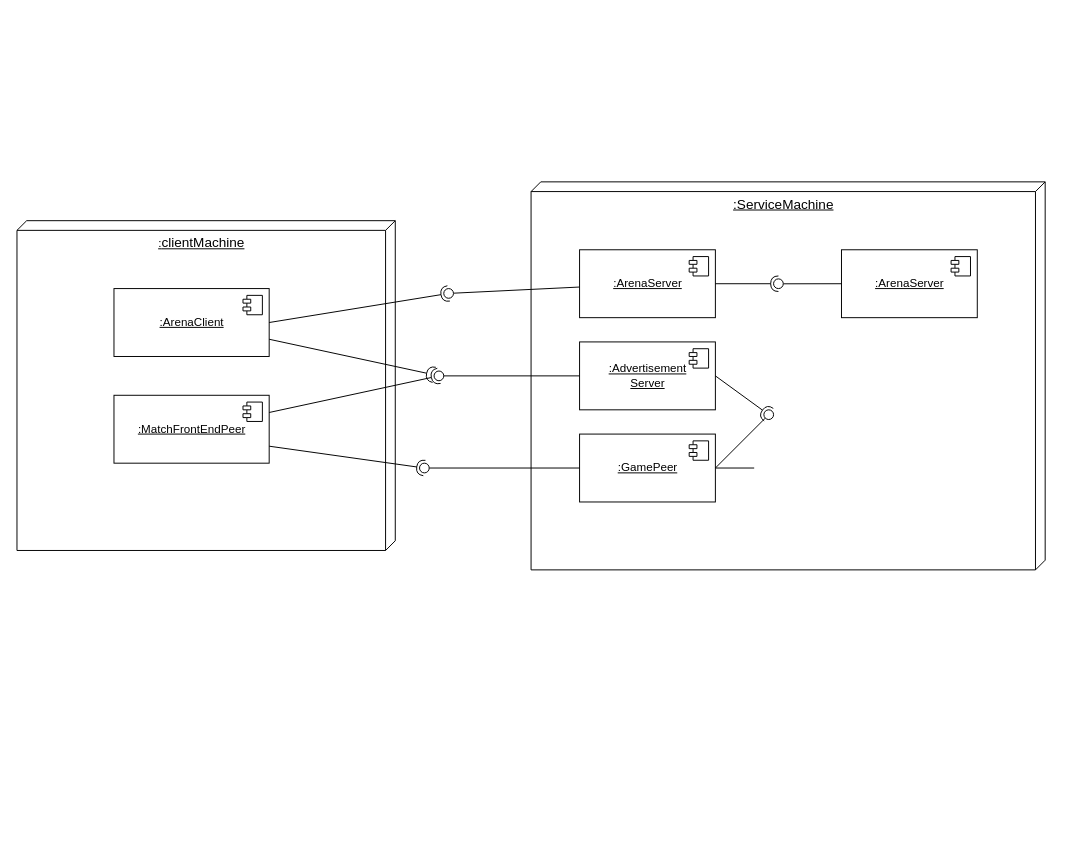
Before: page "第 2 页" (2 of 2) of 未命名绘图.drawio in bincute/iAmReadingBook, a draw.io diagram. Source tidied: cells renumbered, new cells numbered last; positions are measured from the earlier drawing's top-left corner, leaving out a move shared by most shapes. Both pictures are drawn from the tidied source at 97%, with x=0, y=0 at pixel (16, 181).
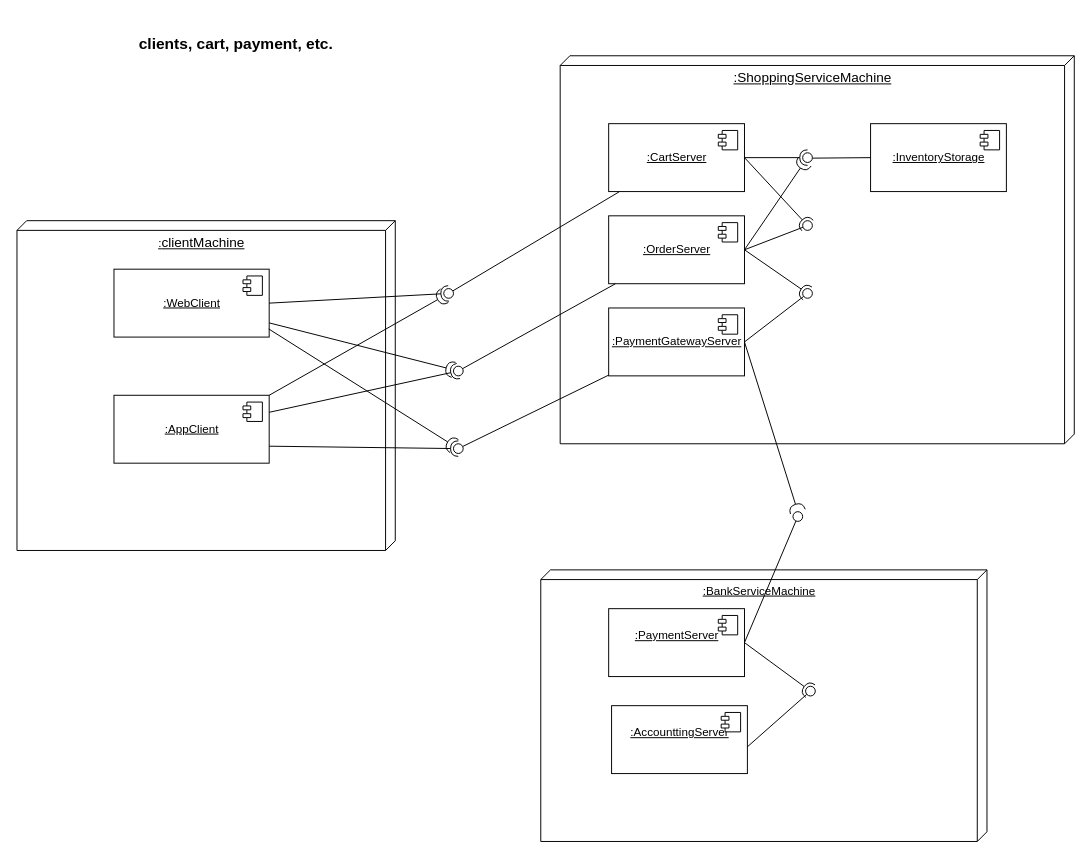
The same diagram, later.

Commit message:
更新未命名绘图.drawio

Unchanged cells that the change refers to:
```xml
<mxCell id="31" style="ellipse;whiteSpace=wrap;html=1;align=center;points=[];outlineConnect=0;sketch=0;" parent="1" vertex="1">
  <mxGeometry x="440" y="110" width="10" height="10" as="geometry" />
</mxCell>
```

Diff of the diagram source:
```diff
@@
-    <mxCell id="3" value="&lt;u&gt;:ArenaClient&lt;/u&gt;" style="html=1;" parent="1" vertex="1">
-      <mxGeometry x="100" y="110" width="160" height="70" as="geometry" />
+    <mxCell id="3" value="&lt;u&gt;:WebClient&lt;/u&gt;" style="html=1;" parent="1" vertex="1">
+      <mxGeometry x="100" y="90" width="160" height="70" as="geometry" />
     </mxCell>
@@
-    <mxCell id="5" value="&lt;font style=&quot;font-size: 14px;&quot;&gt;:ServiceMachine&lt;/font&gt;" style="verticalAlign=top;align=center;spacingTop=8;spacingLeft=2;spacingRight=12;shape=cube;size=10;direction=south;fontStyle=4;html=1;" parent="1" vertex="1">
-      <mxGeometry x="530" width="530" height="400" as="geometry" />
+    <mxCell id="5" value="&lt;font style=&quot;font-size: 14px;&quot;&gt;:ShoppingServiceMachine&lt;/font&gt;" style="verticalAlign=top;align=center;spacingTop=8;spacingLeft=2;spacingRight=12;shape=cube;size=10;direction=south;fontStyle=4;html=1;" parent="1" vertex="1">
+      <mxGeometry x="560" y="-130" width="530" height="400" as="geometry" />
     </mxCell>
-    <mxCell id="6" value="&lt;u&gt;:MatchFrontEndPeer&lt;/u&gt;" style="html=1;" parent="1" vertex="1">
+    <mxCell id="6" value="&lt;u&gt;:AppClient&lt;/u&gt;" style="html=1;" parent="1" vertex="1">
       <mxGeometry x="100" y="220" width="160" height="70" as="geometry" />
     </mxCell>
@@
-    <mxCell id="8" value="&lt;u&gt;:ArenaServer&lt;/u&gt;" style="html=1;" parent="1" vertex="1">
-      <mxGeometry x="580" y="70" width="140" height="70" as="geometry" />
+    <mxCell id="8" value="&lt;u&gt;:CartServer&lt;/u&gt;" style="html=1;" parent="1" vertex="1">
+      <mxGeometry x="610" y="-60" width="140" height="70" as="geometry" />
     </mxCell>
@@
-    <mxCell id="10" value="&lt;u&gt;:Advertisement&lt;br&gt;Server&lt;br&gt;&lt;/u&gt;" style="html=1;" parent="1" vertex="1">
-      <mxGeometry x="580" y="165" width="140" height="70" as="geometry" />
+    <mxCell id="10" value="&lt;u&gt;:OrderServer&lt;br&gt;&lt;/u&gt;" style="html=1;" parent="1" vertex="1">
+      <mxGeometry x="610" y="35" width="140" height="70" as="geometry" />
     </mxCell>
@@
-    <mxCell id="12" value="&lt;u&gt;:GamePeer&lt;/u&gt;" style="html=1;" parent="1" vertex="1">
-      <mxGeometry x="580" y="260" width="140" height="70" as="geometry" />
+    <mxCell id="12" value="&lt;u&gt;:PaymentGatewayServer&lt;/u&gt;" style="html=1;" parent="1" vertex="1">
+      <mxGeometry x="610" y="130" width="140" height="70" as="geometry" />
     </mxCell>
@@
-    <mxCell id="14" value="&lt;u&gt;:ArenaServer&lt;/u&gt;" style="html=1;" parent="1" vertex="1">
-      <mxGeometry x="850" y="70" width="140" height="70" as="geometry" />
+    <mxCell id="14" value="&lt;u&gt;:InventoryStorage&lt;/u&gt;" style="html=1;" parent="1" vertex="1">
+      <mxGeometry x="880" y="-60" width="140" height="70" as="geometry" />
     </mxCell>
@@
     <mxCell id="18" style="ellipse;whiteSpace=wrap;html=1;align=center;points=[];outlineConnect=0;sketch=0;" parent="1" vertex="1">
-      <mxGeometry x="780" y="100" width="10" height="10" as="geometry" />
+      <mxGeometry x="810" y="-30" width="10" height="10" as="geometry" />
     </mxCell>
-    <mxCell id="19" style="rounded=0;jettySize=auto;html=1;endArrow=none;endFill=0;sketch=0;sourcePerimeterSpacing=0;targetPerimeterSpacing=0;" parent="1" edge="1" target="21">
+    <mxCell id="19" style="rounded=0;jettySize=auto;html=1;endArrow=none;endFill=0;sketch=0;sourcePerimeterSpacing=0;targetPerimeterSpacing=0;exitX=1;exitY=0.5;exitDx=0;exitDy=0;" parent="1" edge="1" source="12" target="21">
       <mxGeometry relative="1" as="geometry">
-        <mxPoint x="760" y="295" as="sourcePoint" />
         <Array as="points">
-          <mxPoint x="720" y="295" />
+          <mxPoint x="750" y="165" />
         </Array>
       </mxGeometry>
     </mxCell>
@@
     <mxCell id="21" style="ellipse;whiteSpace=wrap;html=1;align=center;points=[];outlineConnect=0;sketch=0;" parent="1" vertex="1">
-      <mxGeometry x="770" y="235" width="10" height="10" as="geometry" />
+      <mxGeometry x="810" y="110" width="10" height="10" as="geometry" />
     </mxCell>
@@
     <mxCell id="24" style="ellipse;whiteSpace=wrap;html=1;align=center;points=[];outlineConnect=0;sketch=0;" parent="1" vertex="1">
-      <mxGeometry x="415" y="290" width="10" height="10" as="geometry" />
+      <mxGeometry x="450" y="270" width="10" height="10" as="geometry" />
     </mxCell>
@@
     <mxCell id="27" style="ellipse;whiteSpace=wrap;html=1;align=center;points=[];outlineConnect=0;sketch=0;" parent="1" vertex="1">
-      <mxGeometry x="430" y="195" width="10" height="10" as="geometry" />
+      <mxGeometry x="450" y="190" width="10" height="10" as="geometry" />
     </mxCell>
@@
+    <mxCell id="32" value="&lt;p class=&quot;MsoNormal&quot;&gt;&lt;b&gt;&lt;span style=&quot;mso-spacerun:'yes';font-family:Calibri;mso-fareast-font-family:宋体;&#10;color:rgb(0,0,0);font-weight:bold;font-size:12.0000pt;&#10;mso-font-kerning:0.0000pt;&quot;&gt;clients, cart, payment, etc.&lt;/span&gt;&lt;/b&gt;&lt;/p&gt;" style="text;whiteSpace=wrap;html=1;" parent="1" vertex="1">
+      <mxGeometry x="124" y="-170" width="210" height="70" as="geometry" />
+    </mxCell>
+    <mxCell id="33" value=":BankServiceMachine" style="verticalAlign=top;align=center;spacingTop=8;spacingLeft=2;spacingRight=12;shape=cube;size=10;direction=south;fontStyle=4;html=1;" parent="1" vertex="1">
+      <mxGeometry x="540" y="400" width="460" height="280" as="geometry" />
+    </mxCell>
+    <mxCell id="34" value="&lt;u&gt;:AccounttingServer&lt;br&gt;&lt;br&gt;&lt;/u&gt;" style="html=1;" parent="1" vertex="1">
+      <mxGeometry x="613" y="540" width="140" height="70" as="geometry" />
+    </mxCell>
+    <mxCell id="35" style="shape=module;jettyWidth=8;jettyHeight=4;" parent="34" vertex="1">
+      <mxGeometry x="1" width="20" height="20" relative="1" as="geometry">
+        <mxPoint x="-27" y="7" as="offset" />
+      </mxGeometry>
+    </mxCell>
+    <mxCell id="36" value="&lt;u&gt;:PaymentServer&lt;br&gt;&lt;br&gt;&lt;/u&gt;" style="html=1;" parent="1" vertex="1">
+      <mxGeometry x="610" y="440" width="140" height="70" as="geometry" />
+    </mxCell>
+    <mxCell id="37" style="shape=module;jettyWidth=8;jettyHeight=4;" parent="36" vertex="1">
+      <mxGeometry x="1" width="20" height="20" relative="1" as="geometry">
+        <mxPoint x="-27" y="7" as="offset" />
+      </mxGeometry>
+    </mxCell>
+    <mxCell id="38" style="rounded=0;jettySize=auto;html=1;endArrow=halfCircle;endFill=0;endSize=6;strokeWidth=1;sketch=0;exitX=1;exitY=0;exitDx=0;exitDy=0;" parent="1" edge="1" source="6" target="31">
+      <mxGeometry relative="1" as="geometry" />
+    </mxCell>
+    <mxCell id="39" style="rounded=0;jettySize=auto;html=1;endArrow=halfCircle;endFill=0;endSize=6;strokeWidth=1;sketch=0;exitX=0.997;exitY=0.88;exitDx=0;exitDy=0;exitPerimeter=0;" parent="1" edge="1" source="3" target="24">
+      <mxGeometry relative="1" as="geometry" />
+    </mxCell>
+    <mxCell id="40" style="rounded=0;jettySize=auto;html=1;endArrow=none;endFill=0;sketch=0;sourcePerimeterSpacing=0;targetPerimeterSpacing=0;exitX=1;exitY=0.5;exitDx=0;exitDy=0;" parent="1" edge="1" source="10" target="42">
+      <mxGeometry relative="1" as="geometry" />
+    </mxCell>
+    <mxCell id="41" style="rounded=0;jettySize=auto;html=1;endArrow=halfCircle;endFill=0;entryX=0.5;entryY=0.5;endSize=6;strokeWidth=1;sketch=0;exitX=1;exitY=0.5;exitDx=0;exitDy=0;" parent="1" edge="1" source="8" target="42">
+      <mxGeometry relative="1" as="geometry" />
+    </mxCell>
+    <mxCell id="42" style="ellipse;whiteSpace=wrap;html=1;align=center;points=[];outlineConnect=0;sketch=0;" parent="1" vertex="1">
+      <mxGeometry x="810" y="40" width="10" height="10" as="geometry" />
+    </mxCell>
+    <mxCell id="43" style="rounded=0;jettySize=auto;html=1;endArrow=none;endFill=0;sketch=0;sourcePerimeterSpacing=0;targetPerimeterSpacing=0;exitX=1;exitY=0.5;exitDx=0;exitDy=0;" parent="1" edge="1" source="36" target="45">
+      <mxGeometry relative="1" as="geometry" />
+    </mxCell>
+    <mxCell id="44" style="rounded=0;orthogonalLoop=1;jettySize=auto;html=1;endArrow=halfCircle;endFill=0;endSize=6;strokeWidth=1;sketch=0;exitX=1;exitY=0.5;exitDx=0;exitDy=0;startArrow=none;" parent="1" edge="1" source="45" target="45">
+      <mxGeometry relative="1" as="geometry" />
+    </mxCell>
+    <mxCell id="45" style="ellipse;whiteSpace=wrap;html=1;align=center;points=[];outlineConnect=0;sketch=0;" parent="1" vertex="1">
+      <mxGeometry x="800" y="340" width="10" height="10" as="geometry" />
+    </mxCell>
+    <mxCell id="46" style="rounded=0;jettySize=auto;html=1;endArrow=halfCircle;endFill=0;endSize=6;strokeWidth=1;sketch=0;exitX=1;exitY=0.5;exitDx=0;exitDy=0;" parent="1" edge="1" source="12">
+      <mxGeometry relative="1" as="geometry">
+        <mxPoint x="805" y="340" as="targetPoint" />
+      </mxGeometry>
+    </mxCell>
+    <mxCell id="47" style="rounded=0;jettySize=auto;html=1;endArrow=none;endFill=0;sketch=0;sourcePerimeterSpacing=0;targetPerimeterSpacing=0;exitX=1;exitY=0.606;exitDx=0;exitDy=0;exitPerimeter=0;" parent="1" edge="1" source="34" target="49">
+      <mxGeometry relative="1" as="geometry" />
+    </mxCell>
+    <mxCell id="48" style="rounded=0;jettySize=auto;html=1;endArrow=halfCircle;endFill=0;entryX=0.5;entryY=0.5;endSize=6;strokeWidth=1;sketch=0;exitX=1;exitY=0.5;exitDx=0;exitDy=0;" parent="1" edge="1" source="36" target="49">
+      <mxGeometry relative="1" as="geometry" />
+    </mxCell>
+    <mxCell id="49" style="ellipse;whiteSpace=wrap;html=1;align=center;points=[];outlineConnect=0;sketch=0;" parent="1" vertex="1">
+      <mxGeometry x="813" y="520" width="10" height="10" as="geometry" />
+    </mxCell>
+    <mxCell id="50" style="rounded=0;jettySize=auto;html=1;endArrow=halfCircle;endFill=0;endSize=6;strokeWidth=1;sketch=0;exitX=1;exitY=0.5;exitDx=0;exitDy=0;" parent="1" edge="1" source="10" target="18">
+      <mxGeometry relative="1" as="geometry" />
+    </mxCell>
```
